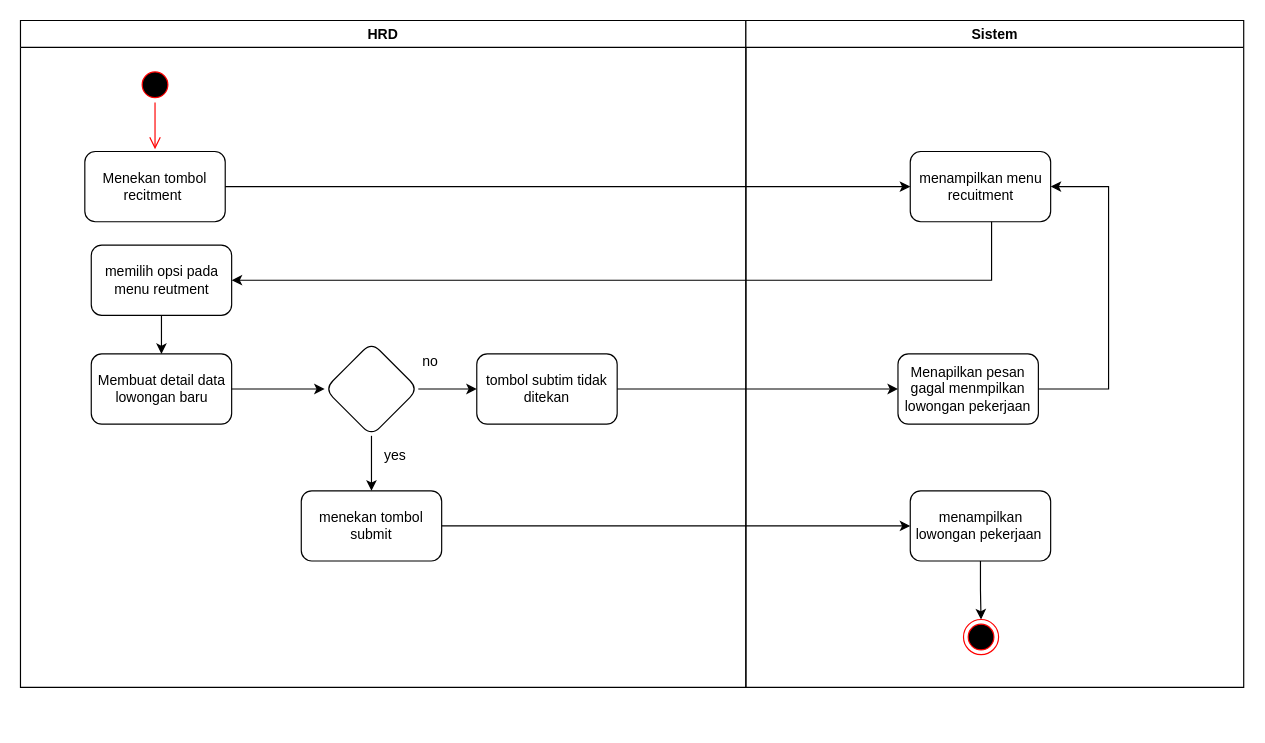
The draw.io diagram activity diagram edit.drawio in Tijan01/UAS_APPL, before the edit. Source tidied: cells renumbered, new cells numbered last; positions are measured from the earlier drawing's top-left corner, leaving out a move shared by most shapes. Both pictures are drawn from the tidied source at 117%, with x=0, y=0 at pixel (20, 20).
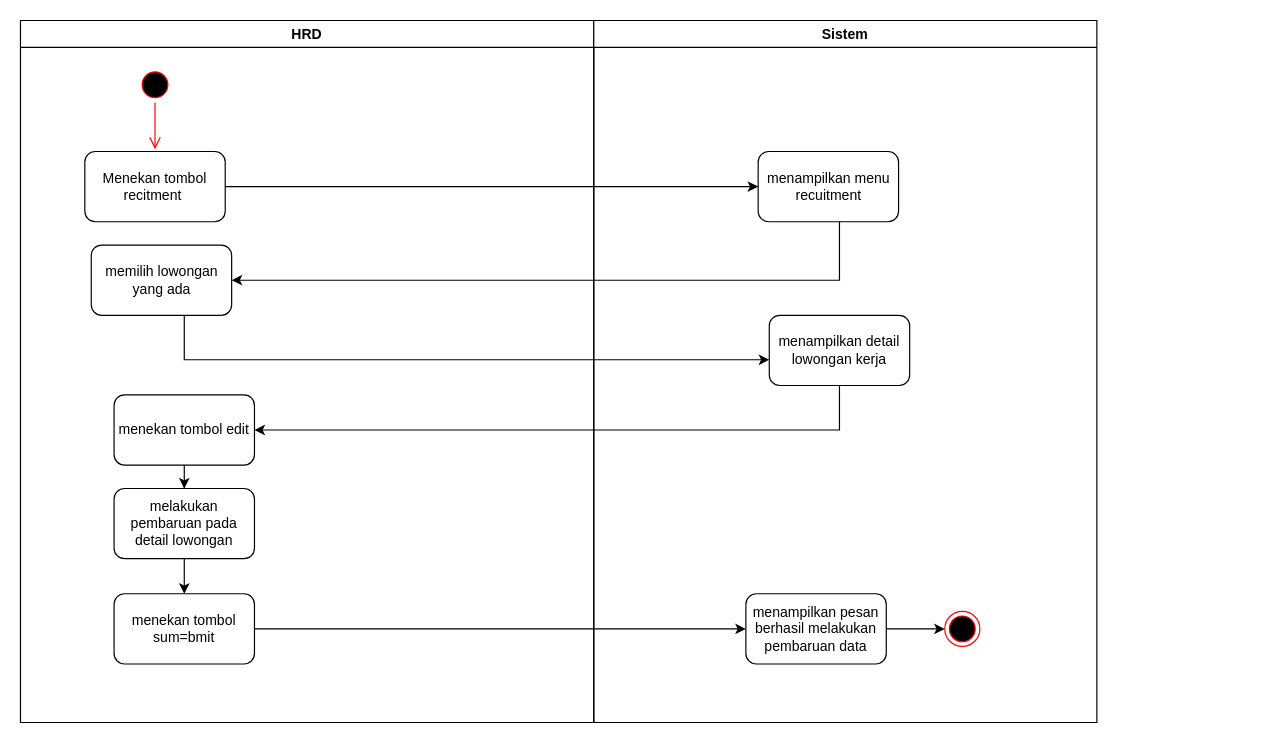
Above is the later version.

Commit message:
Update activity diagram edit 2.drawio

The change refers to these unchanged cells:
```xml
<mxCell id="16" value="menampilkan menu recuitment" style="whiteSpace=wrap;html=1;fillColor=rgb(255, 255, 255);strokeColor=rgb(0, 0, 0);fontColor=rgb(0, 0, 0);rounded=1;" parent="15" vertex="1">
  <mxGeometry x="140.5" y="112" width="120" height="60" as="geometry" />
</mxCell>
```

The edit, as a diff of the source:
```diff
@@
     <mxCell id="2" value="HRD" style="swimlane;whiteSpace=wrap;startSize=23;" parent="1" vertex="1">
-      <mxGeometry width="620" height="570" as="geometry" />
+      <mxGeometry width="490" height="600" as="geometry" />
     </mxCell>
@@
-    <mxCell id="6" style="edgeStyle=orthogonalEdgeStyle;rounded=0;jettySize=auto;html=1;" parent="2" edge="1" source="7" target="8">
-      <mxGeometry relative="1" as="geometry" />
-    </mxCell>
-    <mxCell id="7" value="memilih opsi pada menu reutment" style="whiteSpace=wrap;html=1;fillColor=rgb(255, 255, 255);strokeColor=rgb(0, 0, 0);fontColor=rgb(0, 0, 0);rounded=1;" parent="2" vertex="1">
+    <mxCell id="7" value="memilih lowongan yang ada" style="whiteSpace=wrap;html=1;fillColor=rgb(255, 255, 255);strokeColor=rgb(0, 0, 0);fontColor=rgb(0, 0, 0);rounded=1;" parent="2" vertex="1">
       <mxGeometry x="60.5" y="192" width="120" height="60" as="geometry" />
     </mxCell>
-    <mxCell id="8" value="Membuat detail data lowongan baru" style="whiteSpace=wrap;html=1;fillColor=rgb(255, 255, 255);strokeColor=rgb(0, 0, 0);fontColor=rgb(0, 0, 0);rounded=1;" parent="2" vertex="1">
-      <mxGeometry x="60.5" y="285" width="120" height="60" as="geometry" />
-    </mxCell>
-    <mxCell id="9" style="edgeStyle=orthogonalEdgeStyle;rounded=0;jettySize=auto;html=1;" parent="2" edge="1" source="10" target="14">
-      <mxGeometry relative="1" as="geometry" />
-    </mxCell>
-    <mxCell id="10" style="rhombus;whiteSpace=wrap;html=1;fillColor=rgb(255, 255, 255);strokeColor=rgb(0, 0, 0);fontColor=rgb(0, 0, 0);rounded=1;" parent="2" vertex="1">
-      <mxGeometry x="260" y="275" width="80" height="80" as="geometry" />
-    </mxCell>
-    <mxCell id="11" style="edgeStyle=orthogonalEdgeStyle;rounded=0;jettySize=auto;html=1;" parent="2" edge="1" source="8" target="10">
-      <mxGeometry relative="1" as="geometry" />
-    </mxCell>
-    <mxCell id="12" value="menekan tombol submit" style="whiteSpace=wrap;html=1;fillColor=rgb(255, 255, 255);strokeColor=rgb(0, 0, 0);fontColor=rgb(0, 0, 0);rounded=1;" parent="2" vertex="1">
-      <mxGeometry x="240" y="402" width="120" height="60" as="geometry" />
-    </mxCell>
-    <mxCell id="13" style="edgeStyle=orthogonalEdgeStyle;rounded=0;jettySize=auto;html=1;" parent="2" edge="1" source="10" target="12">
-      <mxGeometry relative="1" as="geometry" />
-    </mxCell>
-    <mxCell id="14" value="tombol subtim tidak ditekan" style="whiteSpace=wrap;html=1;fillColor=rgb(255, 255, 255);strokeColor=rgb(0, 0, 0);fontColor=rgb(0, 0, 0);rounded=1;" parent="2" vertex="1">
-      <mxGeometry x="390" y="285" width="120" height="60" as="geometry" />
-    </mxCell>
+    <mxCell id="28" style="edgeStyle=orthogonalEdgeStyle;rounded=0;jettySize=auto;html=1;" parent="2" edge="1" source="29" target="31">
+      <mxGeometry relative="1" as="geometry" />
+    </mxCell>
+    <mxCell id="29" value="menekan tombol edit" style="whiteSpace=wrap;html=1;fillColor=rgb(255, 255, 255);strokeColor=rgb(0, 0, 0);fontColor=rgb(0, 0, 0);rounded=1;" parent="2" vertex="1">
+      <mxGeometry x="80" y="320" width="120" height="60" as="geometry" />
+    </mxCell>
+    <mxCell id="30" style="edgeStyle=orthogonalEdgeStyle;rounded=0;jettySize=auto;html=1;" parent="2" edge="1" source="31" target="32">
+      <mxGeometry relative="1" as="geometry" />
+    </mxCell>
+    <mxCell id="31" value="melakukan pembaruan pada detail lowongan" style="whiteSpace=wrap;html=1;fillColor=rgb(255, 255, 255);strokeColor=rgb(0, 0, 0);fontColor=rgb(0, 0, 0);rounded=1;" parent="2" vertex="1">
+      <mxGeometry x="80" y="400" width="120" height="60" as="geometry" />
+    </mxCell>
+    <mxCell id="32" value="menekan tombol sum=bmit" style="whiteSpace=wrap;html=1;fillColor=rgb(255, 255, 255);strokeColor=rgb(0, 0, 0);fontColor=rgb(0, 0, 0);rounded=1;" parent="2" vertex="1">
+      <mxGeometry x="80" y="490" width="120" height="60" as="geometry" />
+    </mxCell>
     <mxCell id="15" value="Sistem" style="swimlane;whiteSpace=wrap;" parent="1" vertex="1">
-      <mxGeometry x="620" width="425.5" height="570" as="geometry" />
+      <mxGeometry x="490" width="430" height="600" as="geometry" />
     </mxCell>
@@
-    <mxCell id="17" style="edgeStyle=orthogonalEdgeStyle;rounded=0;jettySize=auto;html=1;" parent="15" edge="1" source="18" target="21">
-      <mxGeometry relative="1" as="geometry" />
-    </mxCell>
-    <mxCell id="18" value="menampilkan lowongan pekerjaan&amp;nbsp;" style="whiteSpace=wrap;html=1;fillColor=rgb(255, 255, 255);strokeColor=rgb(0, 0, 0);fontColor=rgb(0, 0, 0);rounded=1;" parent="15" vertex="1">
-      <mxGeometry x="140.5" y="402" width="120" height="60" as="geometry" />
-    </mxCell>
-    <mxCell id="19" value="Menapilkan pesan gagal menmpilkan lowongan pekerjaan" style="whiteSpace=wrap;html=1;fillColor=rgb(255, 255, 255);strokeColor=rgb(0, 0, 0);fontColor=rgb(0, 0, 0);rounded=1;" parent="15" vertex="1">
-      <mxGeometry x="130" y="285" width="120" height="60" as="geometry" />
-    </mxCell>
-    <mxCell id="20" style="edgeStyle=orthogonalEdgeStyle;rounded=0;jettySize=auto;html=1;entryX=1;entryY=0.5;entryDx=0;entryDy=0;" parent="15" edge="1" source="19" target="16">
-      <mxGeometry relative="1" as="geometry">
-        <Array as="points">
-          <mxPoint x="310" y="315" />
-          <mxPoint x="310" y="142" />
-        </Array>
-      </mxGeometry>
-    </mxCell>
-    <mxCell id="21" style="ellipse;html=1;shape=endState;fillColor=#000000;strokeColor=#ff0000;" parent="15" vertex="1">
-      <mxGeometry x="186" y="512" width="30" height="30" as="geometry" />
-    </mxCell>
+    <mxCell id="8" value="menampilkan detail lowongan kerja" style="whiteSpace=wrap;html=1;fillColor=rgb(255, 255, 255);strokeColor=rgb(0, 0, 0);fontColor=rgb(0, 0, 0);rounded=1;" parent="15" vertex="1">
+      <mxGeometry x="150" y="252" width="120" height="60" as="geometry" />
+    </mxCell>
+    <mxCell id="33" style="edgeStyle=orthogonalEdgeStyle;rounded=0;jettySize=auto;html=1;" parent="15" edge="1" source="34" target="35">
+      <mxGeometry relative="1" as="geometry" />
+    </mxCell>
+    <mxCell id="34" value="menampilkan pesan berhasil melakukan pembaruan data" style="whiteSpace=wrap;html=1;fillColor=rgb(255, 255, 255);strokeColor=rgb(0, 0, 0);fontColor=rgb(0, 0, 0);rounded=1;" parent="15" vertex="1">
+      <mxGeometry x="130" y="490" width="120" height="60" as="geometry" />
+    </mxCell>
+    <mxCell id="35" style="ellipse;html=1;shape=endState;fillColor=#000000;strokeColor=#ff0000;" parent="15" vertex="1">
+      <mxGeometry x="300" y="505" width="30" height="30" as="geometry" />
+    </mxCell>
@@
     <mxCell id="23" style="edgeStyle=orthogonalEdgeStyle;rounded=0;jettySize=auto;html=1;" parent="1" edge="1" source="16" target="7">
       <mxGeometry relative="1" as="geometry">
         <Array as="points">
-          <mxPoint x="830" y="222" />
+          <mxPoint x="700" y="222" />
         </Array>
       </mxGeometry>
     </mxCell>
-    <mxCell id="24" style="edgeStyle=orthogonalEdgeStyle;rounded=0;jettySize=auto;html=1;" parent="1" edge="1" source="12" target="18">
-      <mxGeometry relative="1" as="geometry" />
-    </mxCell>
-    <mxCell id="25" style="edgeStyle=orthogonalEdgeStyle;rounded=0;jettySize=auto;html=1;" parent="1" edge="1" source="14" target="19">
-      <mxGeometry relative="1" as="geometry" />
-    </mxCell>
-    <mxCell id="26" value="no" style="text;html=1;align=center;verticalAlign=middle;strokeColor=none;fillColor=none;" parent="1" vertex="1">
-      <mxGeometry x="330" y="277" width="40" height="30" as="geometry" />
-    </mxCell>
-    <mxCell id="27" value="yes" style="text;html=1;align=center;verticalAlign=middle;strokeColor=none;fillColor=none;" parent="1" vertex="1">
-      <mxGeometry x="300" y="357" width="40" height="30" as="geometry" />
-    </mxCell>
+    <mxCell id="6" style="edgeStyle=orthogonalEdgeStyle;rounded=0;jettySize=auto;html=1;" parent="1" edge="1" source="7" target="8">
+      <mxGeometry relative="1" as="geometry">
+        <Array as="points">
+          <mxPoint x="140" y="290" />
+        </Array>
+      </mxGeometry>
+    </mxCell>
+    <mxCell id="36" style="edgeStyle=orthogonalEdgeStyle;rounded=0;jettySize=auto;html=1;" parent="1" edge="1" source="8" target="29">
+      <mxGeometry relative="1" as="geometry">
+        <Array as="points">
+          <mxPoint x="700" y="350" />
+        </Array>
+      </mxGeometry>
+    </mxCell>
+    <mxCell id="37" style="edgeStyle=orthogonalEdgeStyle;rounded=0;jettySize=auto;html=1;" parent="1" edge="1" source="32" target="34">
+      <mxGeometry relative="1" as="geometry" />
+    </mxCell>
```
